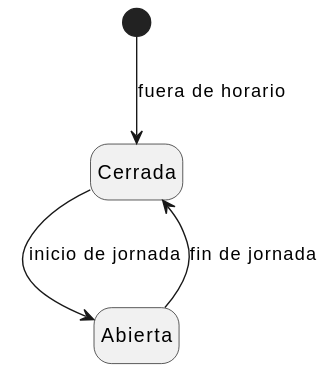
Above: images/MdD/DdE/DdE_Universidad.svg in mmasias/24-25-IdSw2-SDD (PlantUML), before the change.
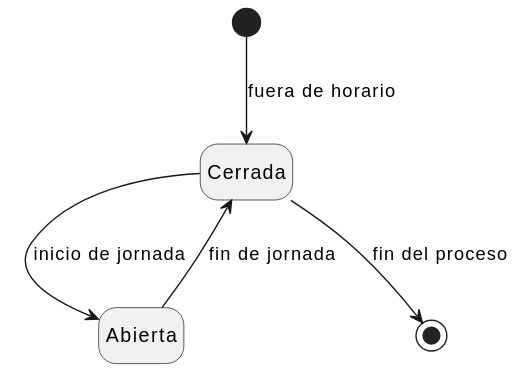
The same diagram one commit later.

Commit message:
DdE_Uni

The edit, as a diff of the source:
```diff
@@ -5,4 +5,6 @@
 
 Cerrada --> Abierta : inicio de jornada
 Abierta --> Cerrada : fin de jornada
+
+Cerrada --> [*] : fin del proceso
 @enduml
```
